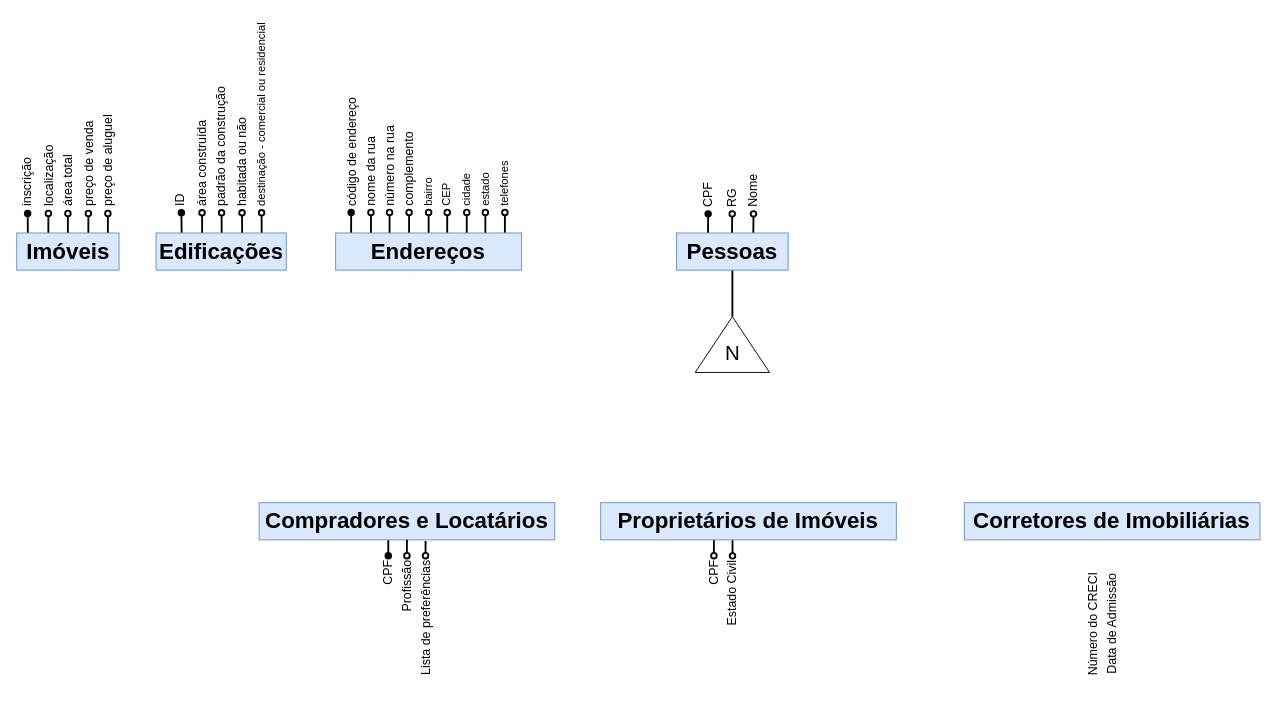
This is mer.drawio from GustavoLent/banco_de_dados, a draw.io file, before an edit. Source tidied: cells renumbered, new cells numbered last; positions are measured from the earlier drawing's top-left corner, leaving out a move shared by most shapes. Both pictures are drawn from the tidied source at 93%, with x=0, y=0 at pixel (-25, 15).
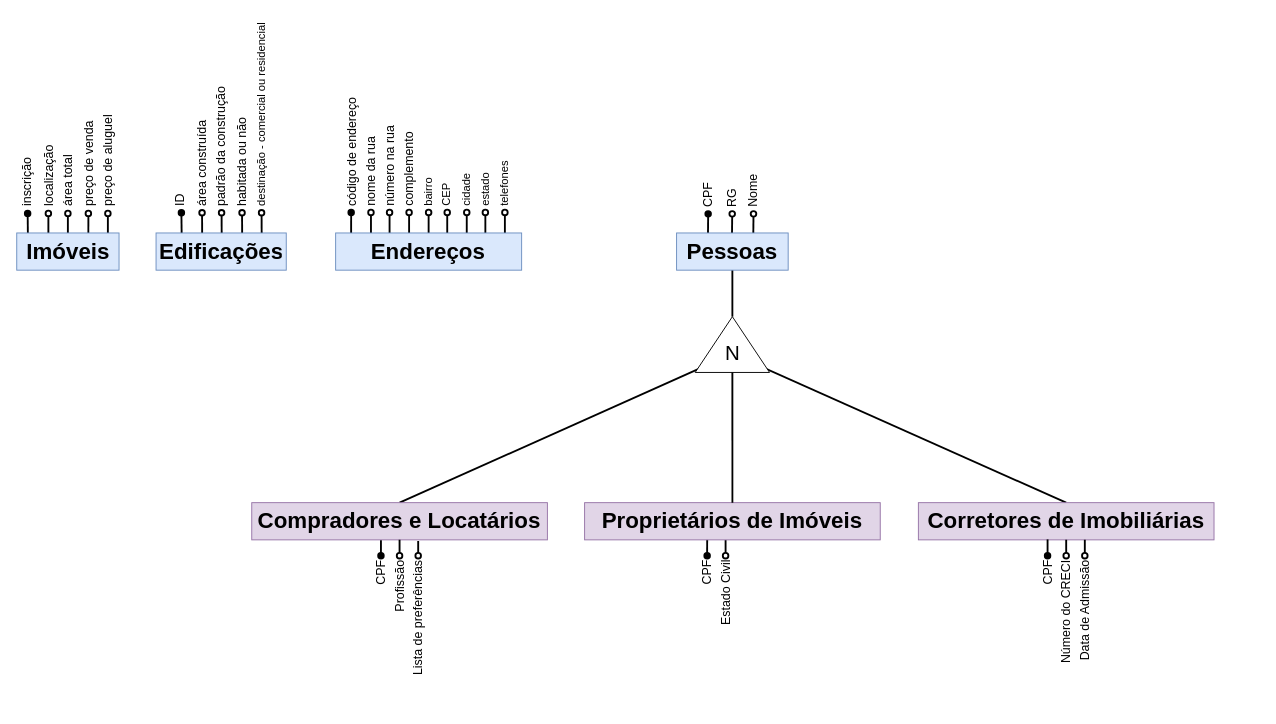
Above is the later version.

Unchanged cells that the change refers to:
```xml
<mxCell id="50" value="N" style="text;html=1;align=center;verticalAlign=middle;points=[];strokeColor=none;fillColor=none;fontSize=22;" parent="48" vertex="1">
  <mxGeometry x="20" y="20" width="40" height="40" as="geometry" />
</mxCell>
<mxCell id="67" value="&lt;font face=&quot;Arial&quot;&gt;&lt;span style=&quot;font-size: 13.3333px;&quot;&gt;Profissão&lt;/span&gt;&lt;/font&gt;" style="text;html=1;strokeColor=none;fillColor=none;align=right;verticalAlign=middle;whiteSpace=wrap;rounded=0;rotation=-90;" parent="66" vertex="1">
  <mxGeometry y="20" width="160" height="20" as="geometry" />
</mxCell>
<mxCell id="68" value="&lt;div style=&quot;&quot;&gt;&lt;span style=&quot;background-color: initial; font-size: 13.3333px;&quot;&gt;&lt;font face=&quot;Arial&quot;&gt;Lista de preferências&lt;/font&gt;&lt;/span&gt;&lt;/div&gt;" style="text;html=1;strokeColor=none;fillColor=none;align=right;verticalAlign=middle;whiteSpace=wrap;rounded=0;rotation=-90;" parent="66" vertex="1">
  <mxGeometry x="20" y="20" width="160" height="20" as="geometry" />
</mxCell>
<mxCell id="69" value="&lt;font face=&quot;Arial&quot;&gt;&lt;span style=&quot;font-size: 13.3333px;&quot;&gt;CPF&lt;/span&gt;&lt;/font&gt;" style="text;html=1;strokeColor=none;fillColor=none;align=right;verticalAlign=middle;whiteSpace=wrap;rounded=0;rotation=-90;" parent="66" vertex="1">
  <mxGeometry x="-20" y="20" width="160" height="20" as="geometry" />
</mxCell>
```

Diff of the diagram source:
```diff
@@
-    <mxCell id="2" style="edgeStyle=none;rounded=0;sketch=0;jumpStyle=none;jettySize=auto;html=1;entryX=0.383;entryY=0.991;entryDx=0;entryDy=0;entryPerimeter=0;shadow=0;strokeWidth=2;fontSize=22;startArrow=oval;startFill=0;endArrow=none;endFill=0;startSize=6;endSize=9;sourcePerimeterSpacing=3;targetPerimeterSpacing=11;" parent="1" edge="1" source="73" target="65">
-      <mxGeometry relative="1" as="geometry" />
-    </mxCell>
+    <mxCell id="74" style="edgeStyle=none;rounded=0;sketch=0;jumpStyle=none;jettySize=auto;html=1;entryX=0.5;entryY=0;entryDx=0;entryDy=0;shadow=0;strokeWidth=2;fontSize=22;startArrow=none;startFill=0;endArrow=none;endFill=0;startSize=0;endSize=0;sourcePerimeterSpacing=0;targetPerimeterSpacing=0;" parent="1" edge="1" source="50" target="64">
+      <mxGeometry relative="1" as="geometry" />
+    </mxCell>
+    <mxCell id="75" style="edgeStyle=none;rounded=0;sketch=0;jumpStyle=none;jettySize=auto;html=1;entryX=0.5;entryY=0;entryDx=0;entryDy=0;shadow=0;strokeWidth=2;fontSize=22;startArrow=none;startFill=0;endArrow=none;endFill=0;startSize=0;endSize=0;sourcePerimeterSpacing=0;targetPerimeterSpacing=0;" parent="1" edge="1" source="50" target="61">
+      <mxGeometry relative="1" as="geometry" />
+    </mxCell>
@@
-    <mxCell id="59" style="edgeStyle=none;rounded=0;sketch=0;jumpStyle=none;jettySize=auto;html=1;entryX=0.446;entryY=0.966;entryDx=0;entryDy=0;entryPerimeter=0;shadow=0;strokeWidth=2;fontSize=22;startArrow=oval;startFill=0;endArrow=none;endFill=0;startSize=6;endSize=9;sourcePerimeterSpacing=3;targetPerimeterSpacing=11;" parent="1" edge="1" source="60" target="65">
-      <mxGeometry relative="1" as="geometry" />
-    </mxCell>
-    <mxCell id="60" value="&lt;div style=&quot;&quot;&gt;&lt;span style=&quot;background-color: initial; font-size: 13.3333px;&quot;&gt;&lt;font face=&quot;Arial&quot;&gt;Estado Civil&lt;/font&gt;&lt;/span&gt;&lt;/div&gt;" style="text;html=1;strokeColor=none;fillColor=none;align=right;verticalAlign=middle;whiteSpace=wrap;rounded=0;rotation=-90;" parent="1" vertex="1">
-      <mxGeometry x="734.2" y="654" width="159.6" height="20" as="geometry" />
-    </mxCell>
+    <mxCell id="76" style="group;" parent="1" vertex="1">
+      <mxGeometry x="297.2" y="524" width="317.9" height="220" as="geometry" />
+    </mxCell>
-    <mxCell id="61" value="&lt;h1&gt;Compradores e Locatários&lt;/h1&gt;" style="text;html=1;strokeColor=#6c8ebf;fillColor=#dae8fc;spacing=5;spacingTop=-20;whiteSpace=wrap;overflow=hidden;rounded=0;align=center;" parent="1" vertex="1">
-      <mxGeometry x="305.1" y="524" width="317.9" height="40" as="geometry" />
+    <mxCell id="61" value="&lt;h1&gt;Compradores e Locatários&lt;/h1&gt;" style="text;html=1;strokeColor=#9673a6;fillColor=#e1d5e7;spacing=5;spacingTop=-20;whiteSpace=wrap;overflow=hidden;rounded=0;align=center;" parent="76" vertex="1">
+      <mxGeometry width="317.9" height="40" as="geometry" />
     </mxCell>
-    <mxCell id="62" value="&lt;font face=&quot;Arial&quot;&gt;&lt;span style=&quot;font-size: 13.3333px;&quot;&gt;Número do CRECI&lt;/span&gt;&lt;/font&gt;" style="text;html=1;strokeColor=none;fillColor=none;align=right;verticalAlign=middle;whiteSpace=wrap;rounded=0;rotation=-90;" parent="1" vertex="1">
-      <mxGeometry x="1135" y="654" width="132.8" height="20" as="geometry" />
-    </mxCell>
-    <mxCell id="63" value="&lt;div style=&quot;&quot;&gt;&lt;span style=&quot;background-color: initial; font-size: 13.3333px;&quot;&gt;&lt;font face=&quot;Arial&quot;&gt;Data de Admissão&lt;/font&gt;&lt;/span&gt;&lt;/div&gt;" style="text;html=1;strokeColor=none;fillColor=none;align=right;verticalAlign=middle;whiteSpace=wrap;rounded=0;rotation=-90;" parent="1" vertex="1">
-      <mxGeometry x="1156.2" y="654" width="132.3" height="20" as="geometry" />
-    </mxCell>
-    <mxCell id="64" value="&lt;h1&gt;Corretores de Imobiliárias&lt;/h1&gt;" style="text;html=1;strokeColor=#6c8ebf;fillColor=#dae8fc;spacing=5;spacingTop=-20;whiteSpace=wrap;overflow=hidden;rounded=0;align=center;" parent="1" vertex="1">
-      <mxGeometry x="1063.4" y="524" width="317.9" height="40" as="geometry" />
-    </mxCell>
-    <mxCell id="65" value="&lt;h1&gt;Proprietários de Imóveis&lt;/h1&gt;" style="text;html=1;strokeColor=#6c8ebf;fillColor=#dae8fc;spacing=5;spacingTop=-20;whiteSpace=wrap;overflow=hidden;rounded=0;align=center;" parent="1" vertex="1">
-      <mxGeometry x="672.4" y="524" width="317.9" height="40" as="geometry" />
-    </mxCell>
-    <mxCell id="66" style="group;rotation=-90;" parent="1" vertex="1">
-      <mxGeometry x="384" y="634" width="160" height="60" as="geometry" />
+    <mxCell id="66" style="group;rotation=-90;" parent="76" vertex="1">
+      <mxGeometry x="78.9" y="110" width="160" height="60" as="geometry" />
     </mxCell>
@@
-    <mxCell id="70" style="edgeStyle=none;rounded=0;sketch=0;jumpStyle=none;jettySize=auto;html=1;entryX=0.437;entryY=1.012;entryDx=0;entryDy=0;entryPerimeter=0;shadow=0;strokeWidth=2;fontSize=22;startArrow=oval;startFill=1;endArrow=none;endFill=0;startSize=6;endSize=9;sourcePerimeterSpacing=3;targetPerimeterSpacing=11;" parent="1" edge="1" source="69" target="61">
+    <mxCell id="70" style="edgeStyle=none;rounded=0;sketch=0;jumpStyle=none;jettySize=auto;html=1;entryX=0.437;entryY=1.012;entryDx=0;entryDy=0;entryPerimeter=0;shadow=0;strokeWidth=2;fontSize=22;startArrow=oval;startFill=1;endArrow=none;endFill=0;startSize=6;endSize=9;sourcePerimeterSpacing=3;targetPerimeterSpacing=11;" parent="76" edge="1" source="69" target="61">
       <mxGeometry relative="1" as="geometry" />
     </mxCell>
-    <mxCell id="71" style="edgeStyle=none;rounded=0;sketch=0;jumpStyle=none;jettySize=auto;html=1;entryX=0.5;entryY=1;entryDx=0;entryDy=0;shadow=0;strokeWidth=2;fontSize=22;startArrow=oval;startFill=0;endArrow=none;endFill=0;startSize=6;endSize=9;sourcePerimeterSpacing=3;targetPerimeterSpacing=11;" parent="1" edge="1" source="67" target="61">
+    <mxCell id="71" style="edgeStyle=none;rounded=0;sketch=0;jumpStyle=none;jettySize=auto;html=1;entryX=0.5;entryY=1;entryDx=0;entryDy=0;shadow=0;strokeWidth=2;fontSize=22;startArrow=oval;startFill=0;endArrow=none;endFill=0;startSize=6;endSize=9;sourcePerimeterSpacing=3;targetPerimeterSpacing=11;" parent="76" edge="1" source="67" target="61">
       <mxGeometry relative="1" as="geometry" />
     </mxCell>
-    <mxCell id="72" style="edgeStyle=none;rounded=0;sketch=0;jumpStyle=none;jettySize=auto;html=1;entryX=0.563;entryY=1.03;entryDx=0;entryDy=0;entryPerimeter=0;shadow=0;strokeWidth=2;fontSize=22;startArrow=oval;startFill=0;endArrow=none;endFill=0;startSize=6;endSize=9;sourcePerimeterSpacing=3;targetPerimeterSpacing=11;" parent="1" edge="1" source="68" target="61">
+    <mxCell id="72" style="edgeStyle=none;rounded=0;sketch=0;jumpStyle=none;jettySize=auto;html=1;entryX=0.563;entryY=1.03;entryDx=0;entryDy=0;entryPerimeter=0;shadow=0;strokeWidth=2;fontSize=22;startArrow=oval;startFill=0;endArrow=none;endFill=0;startSize=6;endSize=9;sourcePerimeterSpacing=3;targetPerimeterSpacing=11;" parent="76" edge="1" source="68" target="61">
       <mxGeometry relative="1" as="geometry" />
     </mxCell>
+    <mxCell id="77" style="group;" parent="1" vertex="1">
+      <mxGeometry x="655.1" y="524" width="317.9" height="220" as="geometry" />
+    </mxCell>
+    <mxCell id="78" style="edgeStyle=none;rounded=0;sketch=0;jumpStyle=none;jettySize=auto;html=1;shadow=0;strokeWidth=2;fontSize=22;startArrow=oval;startFill=0;endArrow=none;endFill=0;startSize=6;endSize=9;sourcePerimeterSpacing=3;targetPerimeterSpacing=11;" parent="77" edge="1" source="60">
+      <mxGeometry relative="1" as="geometry">
+        <mxPoint x="151.6" y="40" as="targetPoint" />
+      </mxGeometry>
+    </mxCell>
+    <mxCell id="2" style="edgeStyle=none;rounded=0;sketch=0;jumpStyle=none;jettySize=auto;html=1;entryX=0.383;entryY=0.991;entryDx=0;entryDy=0;entryPerimeter=0;shadow=0;strokeWidth=2;fontSize=22;startArrow=oval;startFill=1;endArrow=none;endFill=0;startSize=6;endSize=9;sourcePerimeterSpacing=3;targetPerimeterSpacing=11;" parent="77" edge="1" source="73">
+      <mxGeometry relative="1" as="geometry">
+        <mxPoint x="131.8" y="39.6" as="targetPoint" />
+      </mxGeometry>
+    </mxCell>
+    <mxCell id="65" value="&lt;h1&gt;Proprietários de Imóveis&lt;/h1&gt;" style="text;html=1;strokeColor=#9673a6;fillColor=#e1d5e7;spacing=5;spacingTop=-20;whiteSpace=wrap;overflow=hidden;rounded=0;align=center;" parent="77" vertex="1">
+      <mxGeometry width="317.9" height="40" as="geometry" />
+    </mxCell>
-    <mxCell id="73" value="&lt;font face=&quot;Arial&quot;&gt;&lt;span style=&quot;font-size: 13.3333px;&quot;&gt;CPF&lt;/span&gt;&lt;/font&gt;" style="text;html=1;strokeColor=none;fillColor=none;align=right;verticalAlign=middle;whiteSpace=wrap;rounded=0;rotation=-90;" parent="1" vertex="1">
-      <mxGeometry x="714" y="654" width="160" height="20" as="geometry" />
+    <mxCell id="73" value="&lt;font face=&quot;Arial&quot;&gt;&lt;span style=&quot;font-size: 13.3333px;&quot;&gt;CPF&lt;/span&gt;&lt;/font&gt;" style="text;html=1;strokeColor=none;fillColor=none;align=right;verticalAlign=middle;whiteSpace=wrap;rounded=0;rotation=-90;" parent="77" vertex="1">
+      <mxGeometry x="51.6" y="130" width="160" height="20" as="geometry" />
     </mxCell>
+    <mxCell id="60" value="&lt;font face=&quot;Arial&quot;&gt;&lt;span style=&quot;font-size: 13.3333px;&quot;&gt;Estado Civil&lt;/span&gt;&lt;/font&gt;" style="text;html=1;strokeColor=none;fillColor=none;align=right;verticalAlign=middle;whiteSpace=wrap;rounded=0;rotation=-90;" parent="77" vertex="1">
+      <mxGeometry x="71.6" y="130" width="160" height="20" as="geometry" />
+    </mxCell>
+    <mxCell id="79" style="group;" parent="1" vertex="1">
+      <mxGeometry x="1014" y="524" width="317.9" height="220" as="geometry" />
+    </mxCell>
+    <mxCell id="80" value="&lt;font face=&quot;Arial&quot;&gt;&lt;span style=&quot;font-size: 13.3333px;&quot;&gt;CPF&lt;/span&gt;&lt;/font&gt;" style="text;html=1;strokeColor=none;fillColor=none;align=right;verticalAlign=middle;whiteSpace=wrap;rounded=0;rotation=-90;" parent="79" vertex="1">
+      <mxGeometry x="58.9" y="130" width="160" height="20" as="geometry" />
+    </mxCell>
+    <mxCell id="62" value="&lt;span style=&quot;font-family: Arial; font-size: 13.3333px;&quot;&gt;Número do CRECI&lt;/span&gt;" style="text;html=1;strokeColor=none;fillColor=none;align=right;verticalAlign=middle;whiteSpace=wrap;rounded=0;rotation=-90;" parent="79" vertex="1">
+      <mxGeometry x="78.9" y="130" width="160" height="20" as="geometry" />
+    </mxCell>
+    <mxCell id="63" value="&lt;span style=&quot;font-family: Arial; font-size: 13.3333px;&quot;&gt;Data de Admissão&lt;/span&gt;" style="text;html=1;strokeColor=none;fillColor=none;align=right;verticalAlign=middle;whiteSpace=wrap;rounded=0;rotation=-90;" parent="79" vertex="1">
+      <mxGeometry x="98.9" y="130" width="160" height="20" as="geometry" />
+    </mxCell>
+    <mxCell id="64" value="&lt;h1&gt;Corretores de Imobiliárias&lt;/h1&gt;" style="text;html=1;strokeColor=#9673a6;fillColor=#e1d5e7;spacing=5;spacingTop=-20;whiteSpace=wrap;overflow=hidden;rounded=0;align=center;" parent="79" vertex="1">
+      <mxGeometry width="317.9" height="40" as="geometry" />
+    </mxCell>
+    <mxCell id="81" style="edgeStyle=none;rounded=0;sketch=0;jumpStyle=none;jettySize=auto;html=1;entryX=0.437;entryY=0.987;entryDx=0;entryDy=0;entryPerimeter=0;shadow=0;strokeWidth=2;fontSize=22;startArrow=oval;startFill=1;endArrow=none;endFill=0;startSize=6;endSize=9;sourcePerimeterSpacing=3;targetPerimeterSpacing=11;" parent="79" edge="1" source="80" target="64">
+      <mxGeometry relative="1" as="geometry" />
+    </mxCell>
+    <mxCell id="82" style="edgeStyle=none;rounded=0;sketch=0;jumpStyle=none;jettySize=auto;html=1;entryX=0.5;entryY=1;entryDx=0;entryDy=0;shadow=0;strokeWidth=2;fontSize=22;startArrow=oval;startFill=0;endArrow=none;endFill=0;startSize=6;endSize=9;sourcePerimeterSpacing=3;targetPerimeterSpacing=11;" parent="79" edge="1" source="62" target="64">
+      <mxGeometry relative="1" as="geometry" />
+    </mxCell>
+    <mxCell id="83" style="edgeStyle=none;rounded=0;sketch=0;jumpStyle=none;jettySize=auto;html=1;entryX=0.563;entryY=1;entryDx=0;entryDy=0;entryPerimeter=0;shadow=0;strokeWidth=2;fontSize=22;startArrow=oval;startFill=0;endArrow=none;endFill=0;startSize=6;endSize=9;sourcePerimeterSpacing=3;targetPerimeterSpacing=11;" parent="79" edge="1" source="63" target="64">
+      <mxGeometry relative="1" as="geometry" />
+    </mxCell>
+    <mxCell id="84" style="edgeStyle=none;rounded=0;sketch=0;jumpStyle=none;jettySize=auto;html=1;entryX=0.5;entryY=0;entryDx=0;entryDy=0;shadow=0;strokeWidth=2;fontSize=22;startArrow=none;startFill=0;endArrow=none;endFill=0;startSize=0;endSize=0;sourcePerimeterSpacing=0;targetPerimeterSpacing=0;" parent="1" edge="1" source="50" target="65">
+      <mxGeometry relative="1" as="geometry" />
+    </mxCell>
```
